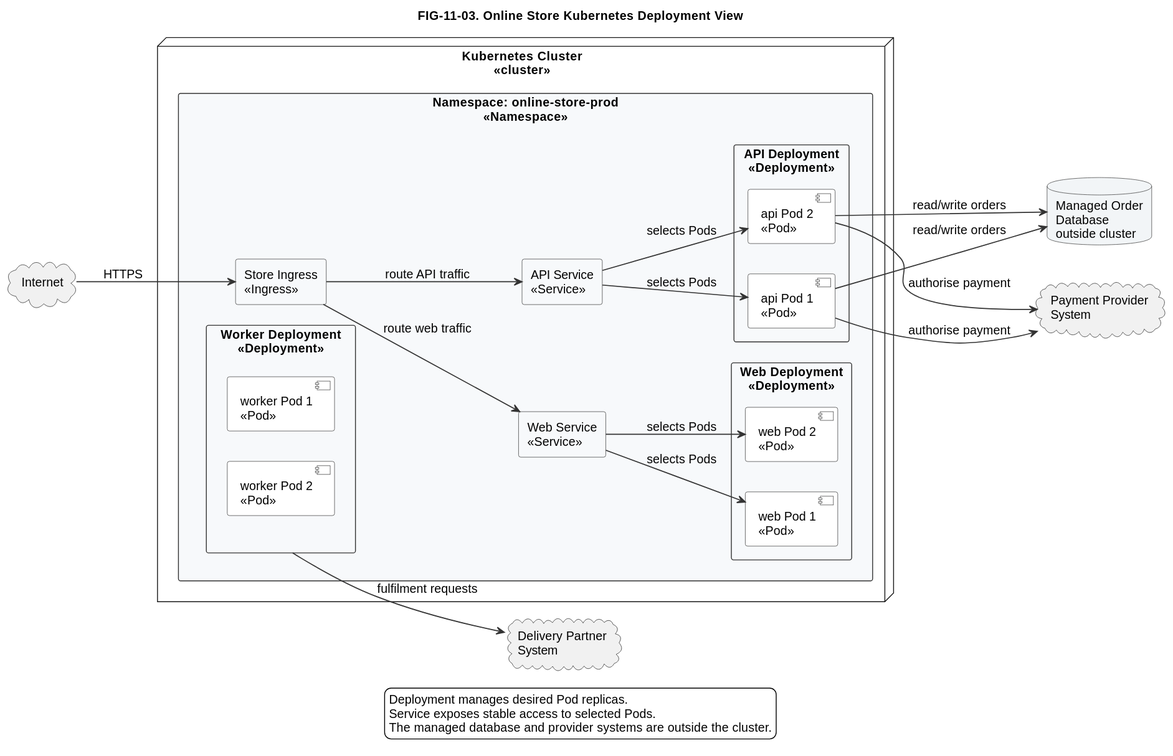
The PlantUML diagram diagrams/exported/svg/FIG-11-03-online-store-kubernetes-deployment-view.svg in nishikanttiwari01/Architecture_Modelling, before a commit.
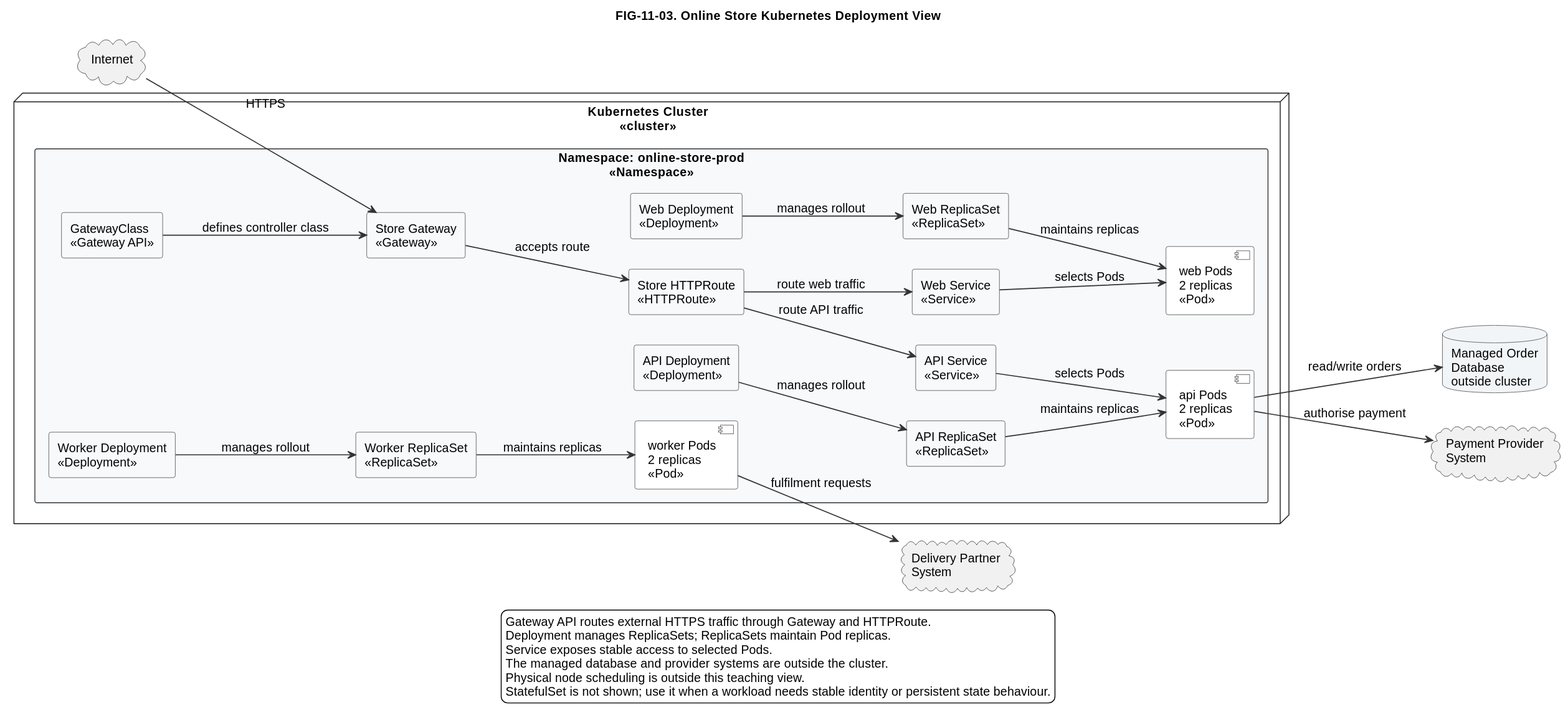
Later version of the same file.

What changed in the source:
```diff
@@ -17,25 +17,24 @@
 
 node "Kubernetes Cluster\n<<cluster>>" as Cluster {
   rectangle "Namespace: online-store-prod\n<<Namespace>>" as Namespace {
-    rectangle "Store Ingress\n<<Ingress>>" as Ingress
+    rectangle "GatewayClass\n<<Gateway API>>" as GatewayClass
+    rectangle "Store Gateway\n<<Gateway>>" as Gateway
+    rectangle "Store HTTPRoute\n<<HTTPRoute>>" as HttpRoute
 
     rectangle "Web Service\n<<Service>>" as WebService
     rectangle "API Service\n<<Service>>" as ApiService
 
-    rectangle "Web Deployment\n<<Deployment>>" as WebDeployment {
-      component "web Pod 1\n<<Pod>>" as WebPod1
-      component "web Pod 2\n<<Pod>>" as WebPod2
-    }
+    rectangle "Web Deployment\n<<Deployment>>" as WebDeployment
+    rectangle "Web ReplicaSet\n<<ReplicaSet>>" as WebReplicaSet
+    component "web Pods\n2 replicas\n<<Pod>>" as WebPods
 
-    rectangle "API Deployment\n<<Deployment>>" as ApiDeployment {
-      component "api Pod 1\n<<Pod>>" as ApiPod1
-      component "api Pod 2\n<<Pod>>" as ApiPod2
-    }
+    rectangle "API Deployment\n<<Deployment>>" as ApiDeployment
+    rectangle "API ReplicaSet\n<<ReplicaSet>>" as ApiReplicaSet
+    component "api Pods\n2 replicas\n<<Pod>>" as ApiPods
 
-    rectangle "Worker Deployment\n<<Deployment>>" as WorkerDeployment {
-      component "worker Pod 1\n<<Pod>>" as WorkerPod1
-      component "worker Pod 2\n<<Pod>>" as WorkerPod2
-    }
+    rectangle "Worker Deployment\n<<Deployment>>" as WorkerDeployment
+    rectangle "Worker ReplicaSet\n<<ReplicaSet>>" as WorkerReplicaSet
+    component "worker Pods\n2 replicas\n<<Pod>>" as WorkerPods
   }
 }
 
@@ -43,22 +42,29 @@
 cloud "Payment Provider\nSystem" as PaymentProvider
 cloud "Delivery Partner\nSystem" as DeliveryPartner
 
-Internet --> Ingress : HTTPS
-Ingress --> WebService : route web traffic
-Ingress --> ApiService : route API traffic
-WebService --> WebPod1 : selects Pods
-WebService --> WebPod2 : selects Pods
-ApiService --> ApiPod1 : selects Pods
-ApiService --> ApiPod2 : selects Pods
-ApiPod1 --> OrderDatabase : read/write orders
-ApiPod2 --> OrderDatabase : read/write orders
-ApiPod1 --> PaymentProvider : authorise payment
-ApiPod2 --> PaymentProvider : authorise payment
-WorkerDeployment --> DeliveryPartner : fulfilment requests
+Internet --> Gateway : HTTPS
+GatewayClass --> Gateway : defines controller class
+Gateway --> HttpRoute : accepts route
+HttpRoute --> WebService : route web traffic
+HttpRoute --> ApiService : route API traffic
+WebDeployment --> WebReplicaSet : manages rollout
+WebReplicaSet --> WebPods : maintains replicas
+ApiDeployment --> ApiReplicaSet : manages rollout
+ApiReplicaSet --> ApiPods : maintains replicas
+WorkerDeployment --> WorkerReplicaSet : manages rollout
+WorkerReplicaSet --> WorkerPods : maintains replicas
+WebService --> WebPods : selects Pods
+ApiService --> ApiPods : selects Pods
+ApiPods --> OrderDatabase : read/write orders
+ApiPods --> PaymentProvider : authorise payment
+WorkerPods --> DeliveryPartner : fulfilment requests
 
 legend bottom
-Deployment manages desired Pod replicas.
+Gateway API routes external HTTPS traffic through Gateway and HTTPRoute.
+Deployment manages ReplicaSets; ReplicaSets maintain Pod replicas.
 Service exposes stable access to selected Pods.
 The managed database and provider systems are outside the cluster.
+Physical node scheduling is outside this teaching view.
+StatefulSet is not shown; use it when a workload needs stable identity or persistent state behaviour.
 endlegend
 @enduml
```
